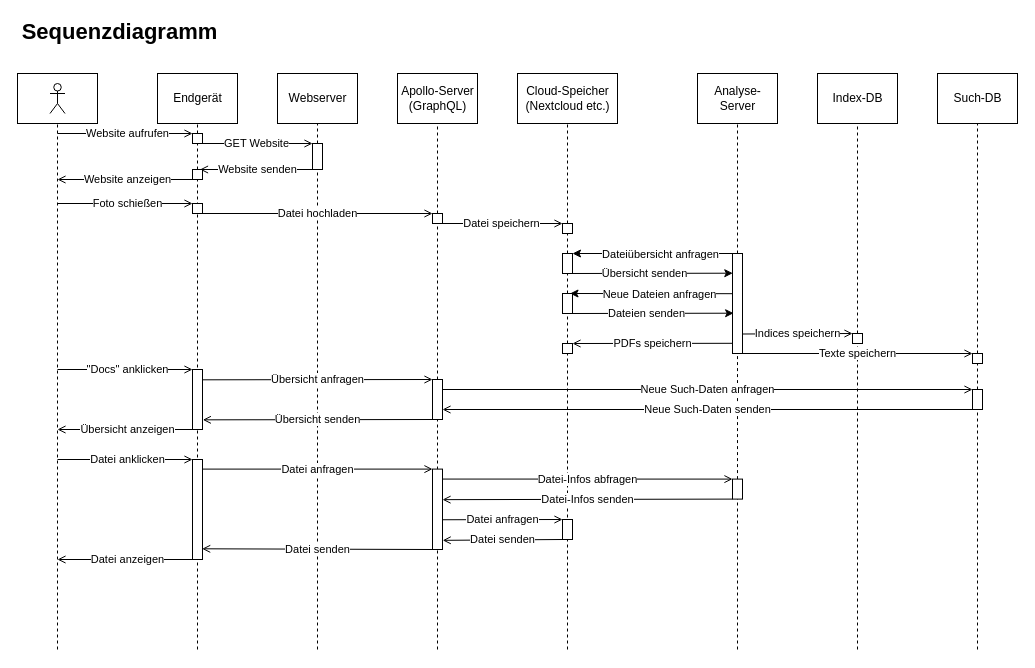
Earlier version of the draw.io diagram page "Sequenzdiagramm" (2 of 3) of docs/Overview/resources/Diagramme/doc-ver_Diagramme.drawio (doc-ver/Doku). Source tidied: cells renumbered, new cells numbered last; positions are measured from the earlier drawing's top-left corner, leaving out a move shared by most shapes. Both pictures are drawn from the tidied source at 100%, with x=0, y=0 at pixel (17, 17).
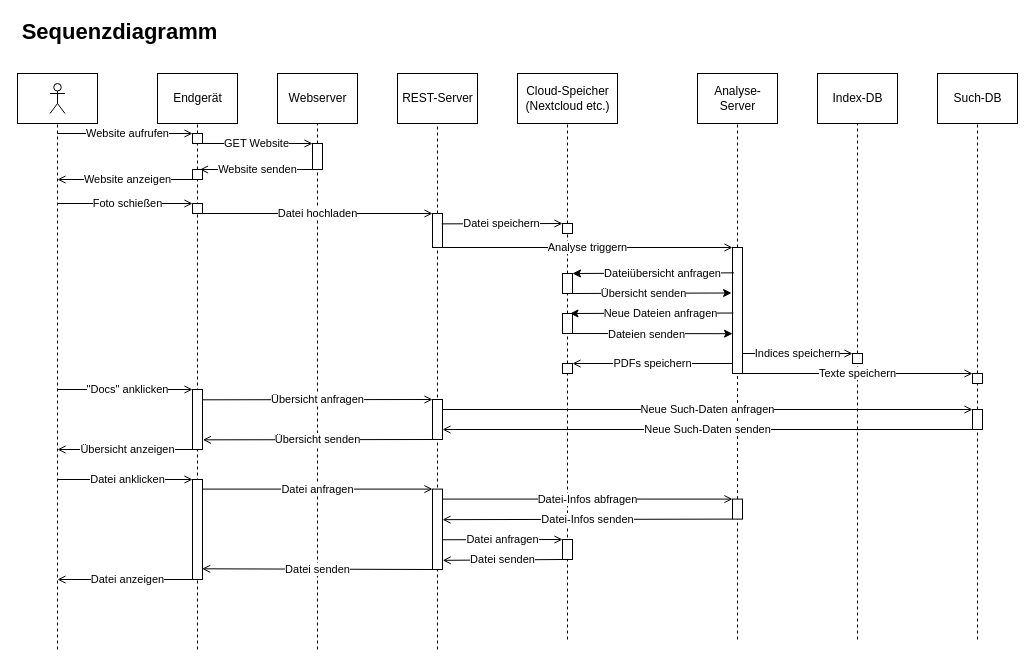
After the change.

The change refers to these unchanged cells:
```xml
<mxCell id="28" style="rounded=0;whiteSpace=wrap;html=1;" parent="1" vertex="1">
  <mxGeometry x="545" y="206" width="10" height="10" as="geometry" />
</mxCell>
```

The edit, as a diff of the source:
```diff
@@
-    <mxCell id="20" value="Apollo-Server&lt;br&gt;(GraphQL)" style="html=1;" parent="1" vertex="1">
+    <mxCell id="20" value="REST-Server" style="html=1;" parent="1" vertex="1">
       <mxGeometry x="380" y="56" width="80" height="50" as="geometry" />
     </mxCell>
@@
     <mxCell id="22" style="rounded=0;whiteSpace=wrap;html=1;" parent="1" vertex="1">
-      <mxGeometry x="415" y="196" width="10" height="10" as="geometry" />
+      <mxGeometry x="415" y="196" width="10" height="34" as="geometry" />
     </mxCell>
@@
-    <mxCell id="30" value="Datei speichern" style="endArrow=open;html=1;strokeWidth=1;endFill=0;exitX=0.75;exitY=1;exitDx=0;exitDy=0;entryX=0;entryY=0;entryDx=0;entryDy=0;" parent="1" edge="1" source="22" target="28">
+    <mxCell id="30" value="Datei speichern" style="endArrow=open;html=1;strokeWidth=1;endFill=0;entryX=0;entryY=0;entryDx=0;entryDy=0;exitX=0.923;exitY=0.305;exitDx=0;exitDy=0;exitPerimeter=0;" parent="1" edge="1" source="22" target="28">
       <mxGeometry relative="1" as="geometry" />
     </mxCell>
@@
     <mxCell id="33" style="rounded=0;whiteSpace=wrap;html=1;" parent="1" vertex="1">
-      <mxGeometry x="715" y="236" width="10" height="100" as="geometry" />
+      <mxGeometry x="715" y="230" width="10" height="126" as="geometry" />
     </mxCell>
@@
     <mxCell id="35" style="rounded=0;whiteSpace=wrap;html=1;" parent="1" vertex="1">
-      <mxGeometry x="545" y="236" width="10" height="20" as="geometry" />
+      <mxGeometry x="545" y="256" width="10" height="20" as="geometry" />
     </mxCell>
@@
-    <mxCell id="37" style="endArrow=classic;html=1;strokeWidth=1;exitX=0;exitY=0;exitDx=0;exitDy=0;entryX=1;entryY=0;entryDx=0;entryDy=0;" parent="1" edge="1" source="33" target="35">
+    <mxCell id="37" style="endArrow=classic;html=1;strokeWidth=1;exitX=0.148;exitY=0.201;exitDx=0;exitDy=0;entryX=1;entryY=0;entryDx=0;entryDy=0;exitPerimeter=0;" parent="1" edge="1" source="33" target="35">
       <mxGeometry relative="1" as="geometry" />
     </mxCell>
@@
-    <mxCell id="39" style="endArrow=classic;html=1;strokeWidth=1;exitX=0.75;exitY=1;exitDx=0;exitDy=0;entryX=0.028;entryY=0.197;entryDx=0;entryDy=0;entryPerimeter=0;" parent="1" edge="1" source="35" target="33">
+    <mxCell id="39" style="endArrow=classic;html=1;strokeWidth=1;exitX=0.75;exitY=1;exitDx=0;exitDy=0;entryX=-0.094;entryY=0.361;entryDx=0;entryDy=0;entryPerimeter=0;" parent="1" edge="1" source="35" target="33">
       <mxGeometry relative="1" as="geometry" />
     </mxCell>
@@
-    <mxCell id="41" style="endArrow=classic;html=1;strokeWidth=1;exitX=1;exitY=1;exitDx=0;exitDy=0;entryX=0.111;entryY=0.597;entryDx=0;entryDy=0;entryPerimeter=0;" parent="1" edge="1" source="45" target="33">
+    <mxCell id="41" style="endArrow=classic;html=1;strokeWidth=1;exitX=1;exitY=1;exitDx=0;exitDy=0;entryX=0.003;entryY=0.684;entryDx=0;entryDy=0;entryPerimeter=0;" parent="1" edge="1" source="45" target="33">
       <mxGeometry relative="1" as="geometry" />
     </mxCell>
@@
-    <mxCell id="43" style="endArrow=classic;html=1;strokeWidth=1;entryX=0.75;entryY=0;entryDx=0;entryDy=0;exitX=-0.028;exitY=0.402;exitDx=0;exitDy=0;exitPerimeter=0;" parent="1" edge="1" source="33" target="45">
+    <mxCell id="43" style="endArrow=classic;html=1;strokeWidth=1;entryX=0.75;entryY=0;entryDx=0;entryDy=0;exitX=0.084;exitY=0.52;exitDx=0;exitDy=0;exitPerimeter=0;" parent="1" edge="1" source="33" target="45">
       <mxGeometry relative="1" as="geometry" />
     </mxCell>
@@
     <mxCell id="45" style="rounded=0;whiteSpace=wrap;html=1;" parent="1" vertex="1">
-      <mxGeometry x="545" y="276" width="10" height="20" as="geometry" />
+      <mxGeometry x="545" y="296" width="10" height="20" as="geometry" />
     </mxCell>
@@
     <mxCell id="49" style="rounded=0;whiteSpace=wrap;html=1;" parent="1" vertex="1">
-      <mxGeometry x="835" y="316" width="10" height="10" as="geometry" />
+      <mxGeometry x="835" y="336" width="10" height="10" as="geometry" />
     </mxCell>
     <mxCell id="50" style="endArrow=none;dashed=1;html=1;entryX=0.5;entryY=1;entryDx=0;entryDy=0;rounded=1;strokeWidth=1;" parent="1" edge="1" target="49">
       <mxGeometry relative="1" as="geometry">
-        <mxPoint x="840" y="632" as="sourcePoint" />
+        <mxPoint x="840" y="622" as="sourcePoint" />
       </mxGeometry>
     </mxCell>
-    <mxCell id="51" value="Indices speichern" style="endArrow=open;html=1;strokeWidth=1;endFill=0;exitX=1.021;exitY=0.805;exitDx=0;exitDy=0;entryX=0;entryY=0;entryDx=0;entryDy=0;exitPerimeter=0;" parent="1" edge="1" source="33" target="49">
-      <mxGeometry relative="1" as="geometry" />
+    <mxCell id="51" value="Indices speichern" style="endArrow=open;html=1;strokeWidth=1;endFill=0;entryX=0;entryY=0;entryDx=0;entryDy=0;" parent="1" edge="1" target="49">
+      <mxGeometry relative="1" as="geometry">
+        <mxPoint x="725" y="336" as="sourcePoint" />
+      </mxGeometry>
     </mxCell>
@@
     <mxCell id="54" style="rounded=0;whiteSpace=wrap;html=1;" parent="1" vertex="1">
-      <mxGeometry x="955" y="336" width="10" height="10" as="geometry" />
+      <mxGeometry x="955" y="356" width="10" height="10" as="geometry" />
     </mxCell>
@@
     <mxCell id="57" style="rounded=0;whiteSpace=wrap;html=1;" parent="1" vertex="1">
-      <mxGeometry x="545" y="326" width="10" height="10" as="geometry" />
+      <mxGeometry x="545" y="346" width="10" height="10" as="geometry" />
     </mxCell>
     <mxCell id="58" style="endArrow=none;dashed=1;html=1;strokeWidth=1;entryX=0.5;entryY=1;entryDx=0;entryDy=0;" parent="1" edge="1" target="57">
       <mxGeometry relative="1" as="geometry">
-        <mxPoint x="550" y="632" as="sourcePoint" />
+        <mxPoint x="550" y="622" as="sourcePoint" />
       </mxGeometry>
     </mxCell>
-    <mxCell id="59" value="PDFs speichern" style="endArrow=open;html=1;strokeWidth=1;endFill=0;entryX=1;entryY=0;entryDx=0;entryDy=0;exitX=-0.019;exitY=0.898;exitDx=0;exitDy=0;exitPerimeter=0;" parent="1" edge="1" source="33" target="57">
-      <mxGeometry relative="1" as="geometry" />
+    <mxCell id="59" value="PDFs speichern" style="endArrow=open;html=1;strokeWidth=1;endFill=0;entryX=1;entryY=0;entryDx=0;entryDy=0;" parent="1" edge="1" target="57">
+      <mxGeometry relative="1" as="geometry">
+        <mxPoint x="715" y="346" as="sourcePoint" />
+      </mxGeometry>
     </mxCell>
     <mxCell id="60" style="rounded=0;whiteSpace=wrap;html=1;" parent="1" vertex="1">
-      <mxGeometry x="175" y="352" width="10" height="60" as="geometry" />
+      <mxGeometry x="175" y="372" width="10" height="60" as="geometry" />
     </mxCell>
     <mxCell id="61" value="&quot;Docs&quot; anklicken" style="endArrow=open;html=1;strokeWidth=1;endFill=0;entryX=0;entryY=0;entryDx=0;entryDy=0;" parent="1" edge="1" target="60">
       <mxGeometry x="0.04" relative="1" as="geometry">
-        <mxPoint x="40" y="352" as="sourcePoint" />
+        <mxPoint x="40" y="372" as="sourcePoint" />
       </mxGeometry>
     </mxCell>
@@
     <mxCell id="63" style="rounded=0;whiteSpace=wrap;html=1;" parent="1" vertex="1">
-      <mxGeometry x="415" y="362" width="10" height="40" as="geometry" />
+      <mxGeometry x="415" y="382" width="10" height="40" as="geometry" />
     </mxCell>
@@
     <mxCell id="65" style="rounded=0;whiteSpace=wrap;html=1;" parent="1" vertex="1">
-      <mxGeometry x="955" y="372" width="10" height="20" as="geometry" />
+      <mxGeometry x="955" y="392" width="10" height="20" as="geometry" />
     </mxCell>
     <mxCell id="66" style="endArrow=none;dashed=1;html=1;entryX=0.5;entryY=1;entryDx=0;entryDy=0;rounded=1;strokeWidth=1;" parent="1" edge="1" target="65">
       <mxGeometry relative="1" as="geometry">
-        <mxPoint x="960" y="632" as="sourcePoint" />
+        <mxPoint x="960" y="622" as="sourcePoint" />
       </mxGeometry>
     </mxCell>
@@
     <mxCell id="69" value="Übersicht anzeigen" style="endArrow=open;html=1;strokeWidth=1;endFill=0;exitX=0;exitY=1;exitDx=0;exitDy=0;" parent="1" edge="1" source="60">
       <mxGeometry x="-0.04" relative="1" as="geometry">
-        <mxPoint x="40" y="412" as="targetPoint" />
+        <mxPoint x="40" y="432" as="targetPoint" />
         <Array as="points">
-          <mxPoint x="110" y="412" />
+          <mxPoint x="110" y="432" />
         </Array>
       </mxGeometry>
     </mxCell>
     <mxCell id="70" style="rounded=0;whiteSpace=wrap;html=1;" parent="1" vertex="1">
-      <mxGeometry x="175" y="442" width="10" height="100" as="geometry" />
+      <mxGeometry x="175" y="462" width="10" height="100" as="geometry" />
     </mxCell>
     <mxCell id="71" value="Datei anklicken" style="endArrow=open;html=1;strokeWidth=1;endFill=0;entryX=0;entryY=0;entryDx=0;entryDy=0;" parent="1" edge="1" target="70">
       <mxGeometry x="0.04" relative="1" as="geometry">
-        <mxPoint x="40" y="442" as="sourcePoint" />
+        <mxPoint x="40" y="462" as="sourcePoint" />
       </mxGeometry>
     </mxCell>
     <mxCell id="72" value="Datei anfragen" style="endArrow=open;html=1;strokeWidth=1;endFill=0;entryX=0;entryY=0;entryDx=0;entryDy=0;exitX=1;exitY=0;exitDx=0;exitDy=0;" parent="1" edge="1" target="73">
       <mxGeometry relative="1" as="geometry">
-        <mxPoint x="185" y="451.6" as="sourcePoint" />
+        <mxPoint x="185" y="471.6" as="sourcePoint" />
       </mxGeometry>
     </mxCell>
     <mxCell id="73" style="rounded=0;whiteSpace=wrap;html=1;" parent="1" vertex="1">
-      <mxGeometry x="415" y="451.6" width="10" height="80.4" as="geometry" />
+      <mxGeometry x="415" y="471.6" width="10" height="80.4" as="geometry" />
     </mxCell>
@@
     <mxCell id="76" style="rounded=0;whiteSpace=wrap;html=1;" parent="1" vertex="1">
-      <mxGeometry x="715" y="461.6" width="10" height="20" as="geometry" />
+      <mxGeometry x="715" y="481.6" width="10" height="20" as="geometry" />
     </mxCell>
     <mxCell id="77" style="endArrow=none;dashed=1;html=1;entryX=0.5;entryY=1;entryDx=0;entryDy=0;rounded=1;strokeWidth=1;" parent="1" edge="1" target="76">
       <mxGeometry relative="1" as="geometry">
-        <mxPoint x="720" y="632" as="sourcePoint" />
+        <mxPoint x="720" y="622" as="sourcePoint" />
       </mxGeometry>
     </mxCell>
@@
     <mxCell id="80" style="rounded=0;whiteSpace=wrap;html=1;" parent="1" vertex="1">
-      <mxGeometry x="545" y="502" width="10" height="20" as="geometry" />
+      <mxGeometry x="545" y="522" width="10" height="20" as="geometry" />
     </mxCell>
@@
     <mxCell id="82" value="Datei anzeigen" style="endArrow=open;html=1;strokeWidth=1;endFill=0;exitX=0;exitY=1;exitDx=0;exitDy=0;" parent="1" edge="1" source="70">
       <mxGeometry x="-0.04" relative="1" as="geometry">
-        <mxPoint x="40" y="542" as="targetPoint" />
+        <mxPoint x="40" y="562" as="targetPoint" />
         <Array as="points">
-          <mxPoint x="110" y="542" />
+          <mxPoint x="110" y="562" />
         </Array>
       </mxGeometry>
     </mxCell>
@@
+    <mxCell id="84" value="Analyse triggern" style="endArrow=open;html=1;strokeWidth=1;endFill=0;exitX=1;exitY=1;exitDx=0;exitDy=0;entryX=0;entryY=0;entryDx=0;entryDy=0;" parent="1" edge="1" source="22" target="33">
+      <mxGeometry relative="1" as="geometry" />
+    </mxCell>
```
